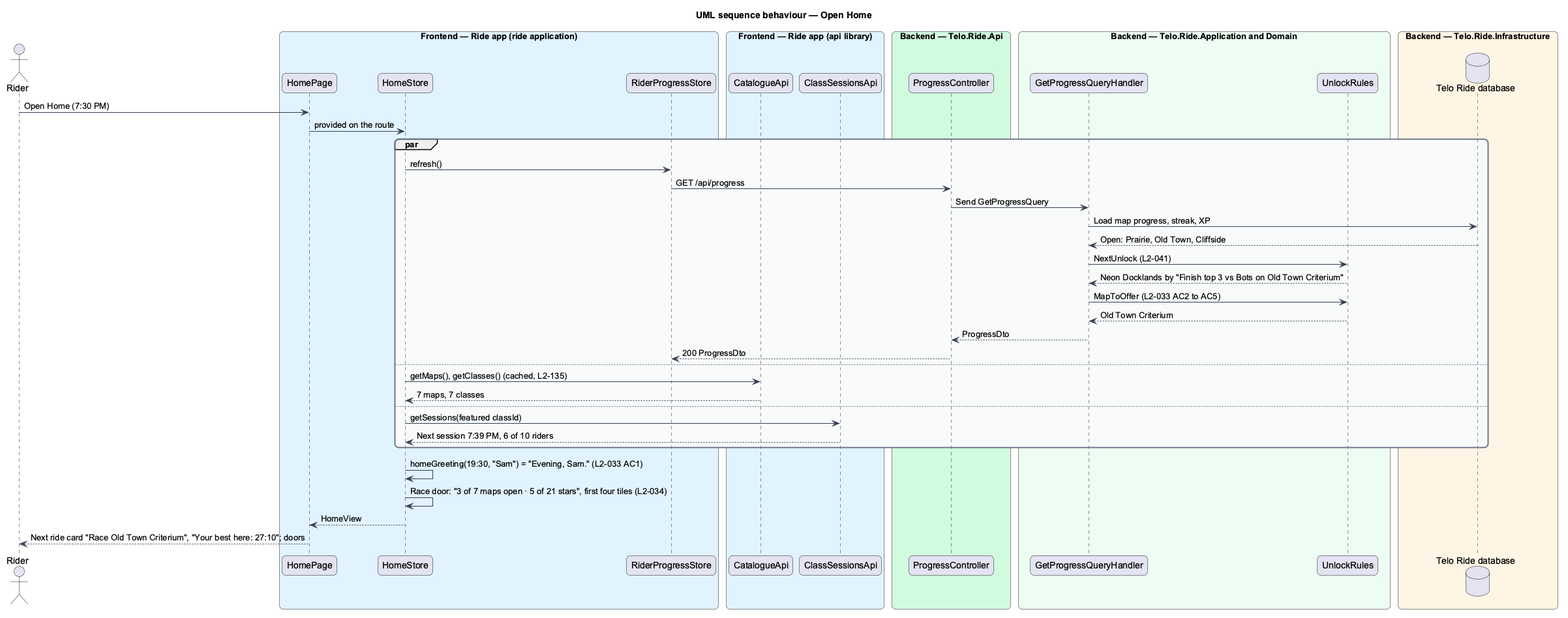
QuinntyneBrown/ride-one keeps this PlantUML diagram as docs/detailed-designs/home/choose-the-next-ride/diagrams/sequence-open-home.png. Above is the earlier version.
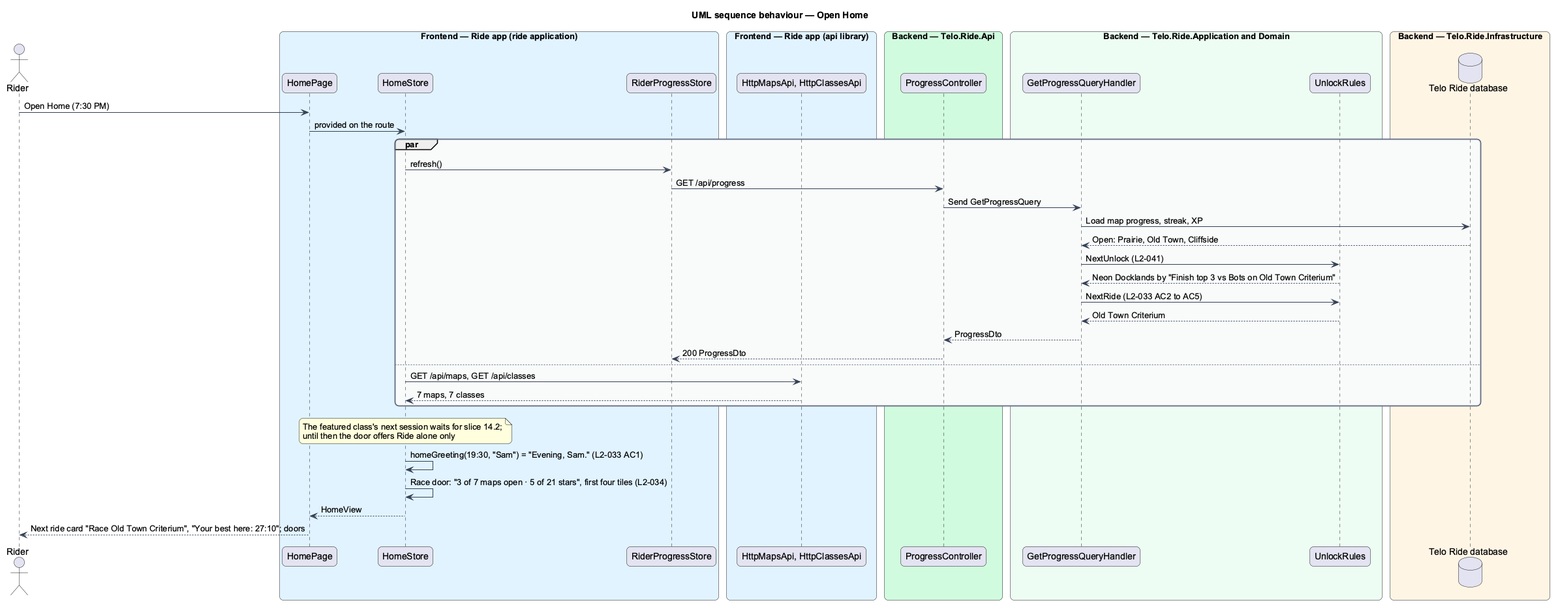
After the commit.

Commit message:
Bring Home's design in line with the code it builds on (slice 13.2)

What changed in the source:
```diff
@@ -21,8 +21,7 @@
   participant "RiderProgressStore" as prog
 end box
 box "Frontend — Ride app (api library)" #E0F2FE
-  participant "CatalogueApi" as cat
-  participant "ClassSessionsApi" as sess
+  participant "HttpMapsApi, HttpClassesApi" as cat
 end box
 box "Backend — Telo.Ride.Api" #D1FADF
   participant "ProgressController" as ctrl
@@ -44,17 +43,15 @@
   db --> handler : Open: Prairie, Old Town, Cliffside
   handler -> rules : NextUnlock (L2-041)
   rules --> handler : Neon Docklands by "Finish top 3 vs Bots on Old Town Criterium"
-  handler -> rules : MapToOffer (L2-033 AC2 to AC5)
+  handler -> rules : NextRide (L2-033 AC2 to AC5)
   rules --> handler : Old Town Criterium
   handler --> ctrl : ProgressDto
   ctrl --> prog : 200 ProgressDto
 else
-  store -> cat : getMaps(), getClasses() (cached, L2-135)
+  store -> cat : GET /api/maps, GET /api/classes
   cat --> store : 7 maps, 7 classes
-else
-  store -> sess : getSessions(featured classId)
-  sess --> store : Next session 7:39 PM, 6 of 10 riders
 end
+note over store : The featured class's next session waits for slice 14.2;\nuntil then the door offers Ride alone only
 store -> store : homeGreeting(19:30, "Sam") = "Evening, Sam." (L2-033 AC1)
 store -> store : Race door: "3 of 7 maps open · 5 of 21 stars", first four tiles (L2-034)
 store --> page : HomeView
```
